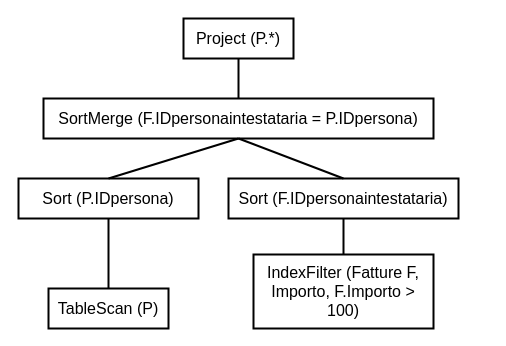
Earlier version of the draw.io diagram Piani di accesso/Albero fisico 1 indici.drawio (alessandro-antonelli/Studio-professionale-fatture). Source tidied: cells renumbered, new cells numbered last; positions are measured from the earlier drawing's top-left corner, leaving out a move shared by most shapes. Both pictures are drawn from the tidied source at 100%, with x=0, y=0 at pixel (18, 18).
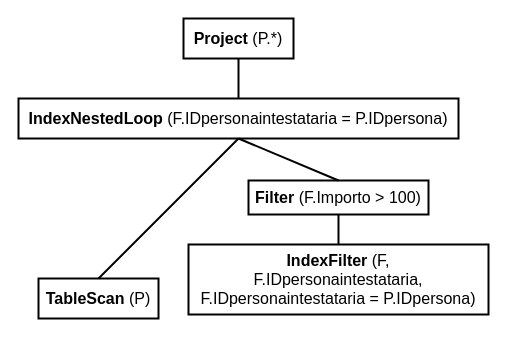
The same diagram, later.

Commit message (it also covers changes not shown here):
Piani di accesso fisici con indici

What changed in the source:
```diff
@@
 <mxGraphModel>
   <root>
     <mxCell id="0" />
     <mxCell id="1" parent="0" />
-    <mxCell id="2" value="&lt;font style=&quot;font-size: 16px&quot;&gt;Project (P.*)&lt;/font&gt;" style="text;html=1;fillColor=none;align=center;verticalAlign=middle;whiteSpace=wrap;rounded=0;strokeColor=#000000;strokeWidth=2;" parent="1" vertex="1">
+    <mxCell id="2" value="&lt;font style=&quot;font-size: 16px&quot;&gt;&lt;b&gt;Project&lt;/b&gt; (P.*)&lt;/font&gt;" style="text;html=1;fillColor=none;align=center;verticalAlign=middle;whiteSpace=wrap;rounded=0;strokeColor=#000000;strokeWidth=2;" parent="1" vertex="1">
       <mxGeometry x="165" width="110" height="40" as="geometry" />
     </mxCell>
-    <mxCell id="3" style="endArrow=none;html=1;strokeWidth=2;exitX=0.5;exitY=1;exitDx=0;exitDy=0;entryX=0.5;entryY=0;entryDx=0;entryDy=0;" parent="1" edge="1" source="5" target="10">
+    <mxCell id="3" style="endArrow=none;html=1;strokeWidth=2;exitX=0.5;exitY=1;exitDx=0;exitDy=0;entryX=0.5;entryY=0;entryDx=0;entryDy=0;" parent="1" edge="1" source="5" target="4">
       <mxGeometry relative="1" as="geometry" />
     </mxCell>
-    <mxCell id="4" value="&lt;font style=&quot;font-size: 16px&quot;&gt;TableScan (P)&lt;/font&gt;" style="text;html=1;fillColor=none;align=center;verticalAlign=middle;whiteSpace=wrap;rounded=0;strokeColor=#000000;strokeWidth=2;" parent="1" vertex="1">
-      <mxGeometry x="30" y="270" width="120" height="40" as="geometry" />
+    <mxCell id="4" value="&lt;font style=&quot;font-size: 16px&quot;&gt;&lt;b&gt;TableScan&lt;/b&gt; (P)&lt;/font&gt;" style="text;html=1;fillColor=none;align=center;verticalAlign=middle;whiteSpace=wrap;rounded=0;strokeColor=#000000;strokeWidth=2;" parent="1" vertex="1">
+      <mxGeometry x="20" y="260" width="120" height="40" as="geometry" />
     </mxCell>
-    <mxCell id="5" value="&lt;span style=&quot;text-align: left ; font-size: 16px&quot;&gt;SortMerge (F.IDpersonaintestataria = P.IDpersona)&lt;br&gt;&lt;/span&gt;" style="text;html=1;fillColor=none;align=center;verticalAlign=middle;whiteSpace=wrap;rounded=0;strokeColor=#000000;strokeWidth=2;" parent="1" vertex="1">
-      <mxGeometry x="25" y="80" width="390" height="40" as="geometry" />
+    <mxCell id="5" value="&lt;b style=&quot;font-size: 16px ; text-align: left&quot;&gt;IndexNestedLoop&lt;/b&gt;&lt;span style=&quot;font-size: 16px ; text-align: left&quot;&gt;&amp;nbsp;(F.IDpersonaintestataria = P.IDpersona)&lt;/span&gt;&lt;span style=&quot;text-align: left ; font-size: 16px&quot;&gt;&lt;br&gt;&lt;/span&gt;" style="text;html=1;fillColor=none;align=center;verticalAlign=middle;whiteSpace=wrap;rounded=0;strokeColor=#000000;strokeWidth=2;" parent="1" vertex="1">
+      <mxGeometry y="80" width="440" height="40" as="geometry" />
     </mxCell>
-    <mxCell id="6" value="&lt;font style=&quot;font-size: 16px&quot;&gt;IndexFilter (Fatture F, Importo, F.Importo &amp;gt; 100)&lt;/font&gt;" style="text;html=1;fillColor=none;align=center;verticalAlign=middle;whiteSpace=wrap;rounded=0;strokeColor=#000000;strokeWidth=2;" parent="1" vertex="1">
-      <mxGeometry x="235" y="236" width="180" height="74" as="geometry" />
+    <mxCell id="6" value="&lt;font style=&quot;font-size: 16px&quot;&gt;&lt;b&gt;IndexFilter&amp;nbsp;&lt;/b&gt;(F,&lt;br&gt;&lt;div style=&quot;text-align: center&quot;&gt;&lt;span style=&quot;text-align: left&quot;&gt;F.IDpersonaintestataria&lt;/span&gt;&lt;span&gt;,&lt;/span&gt;&lt;/div&gt;&lt;div style=&quot;text-align: center&quot;&gt;&lt;span style=&quot;text-align: left&quot;&gt;F.IDpersonaintestataria = P.IDpersona&lt;/span&gt;&lt;span&gt;)&lt;/span&gt;&lt;/div&gt;&lt;/font&gt;" style="text;html=1;fillColor=none;align=center;verticalAlign=middle;whiteSpace=wrap;rounded=0;strokeColor=#000000;strokeWidth=2;" parent="1" vertex="1">
+      <mxGeometry x="170" y="226" width="300" height="70" as="geometry" />
     </mxCell>
-    <mxCell id="7" style="endArrow=none;html=1;strokeWidth=2;exitX=0.5;exitY=0;exitDx=0;exitDy=0;entryX=0.5;entryY=1;entryDx=0;entryDy=0;" parent="1" edge="1" source="4" target="10">
-      <mxGeometry relative="1" as="geometry" />
-    </mxCell>
-    <mxCell id="8" style="endArrow=none;html=1;strokeWidth=2;exitX=0.5;exitY=0;exitDx=0;exitDy=0;entryX=0.5;entryY=1;entryDx=0;entryDy=0;" parent="1" edge="1" source="6" target="9">
-      <mxGeometry relative="1" as="geometry" />
-    </mxCell>
-    <mxCell id="9" value="&lt;font style=&quot;font-size: 16px&quot;&gt;Sort (&lt;span style=&quot;text-align: left&quot;&gt;F.IDpersonaintestataria&lt;/span&gt;)&lt;/font&gt;" style="text;html=1;fillColor=none;align=center;verticalAlign=middle;whiteSpace=wrap;rounded=0;strokeColor=#000000;strokeWidth=2;" parent="1" vertex="1">
-      <mxGeometry x="210" y="160" width="230" height="40" as="geometry" />
-    </mxCell>
-    <mxCell id="10" value="&lt;font style=&quot;font-size: 16px&quot;&gt;Sort (P.IDpersona)&lt;/font&gt;" style="text;html=1;fillColor=none;align=center;verticalAlign=middle;whiteSpace=wrap;rounded=0;strokeColor=#000000;strokeWidth=2;" parent="1" vertex="1">
-      <mxGeometry y="160" width="180" height="40" as="geometry" />
-    </mxCell>
-    <mxCell id="11" style="endArrow=none;html=1;strokeWidth=2;exitX=0.5;exitY=1;exitDx=0;exitDy=0;entryX=0.5;entryY=0;entryDx=0;entryDy=0;" parent="1" edge="1" source="5" target="9">
+    <mxCell id="11" style="endArrow=none;html=1;strokeWidth=2;exitX=0.5;exitY=1;exitDx=0;exitDy=0;entryX=0.5;entryY=0;entryDx=0;entryDy=0;" parent="1" edge="1" source="5" target="13">
       <mxGeometry relative="1" as="geometry" />
     </mxCell>
     <mxCell id="12" style="endArrow=none;html=1;strokeWidth=2;exitX=0.5;exitY=1;exitDx=0;exitDy=0;entryX=0.5;entryY=0;entryDx=0;entryDy=0;" parent="1" edge="1" source="2" target="5">
       <mxGeometry relative="1" as="geometry" />
     </mxCell>
+    <mxCell id="13" value="&lt;font style=&quot;font-size: 16px&quot;&gt;&lt;b&gt;Filter&amp;nbsp;&lt;/b&gt;(F.Importo &amp;gt; 100)&lt;/font&gt;" style="text;html=1;fillColor=none;align=center;verticalAlign=middle;whiteSpace=wrap;rounded=0;strokeColor=#000000;strokeWidth=2;" parent="1" vertex="1">
+      <mxGeometry x="230" y="162" width="180" height="34" as="geometry" />
+    </mxCell>
+    <mxCell id="14" style="endArrow=none;html=1;strokeWidth=2;exitX=0.5;exitY=1;exitDx=0;exitDy=0;entryX=0.5;entryY=0;entryDx=0;entryDy=0;" parent="1" edge="1" source="13" target="6">
+      <mxGeometry relative="1" as="geometry" />
+    </mxCell>
   </root>
 </mxGraphModel>
```
